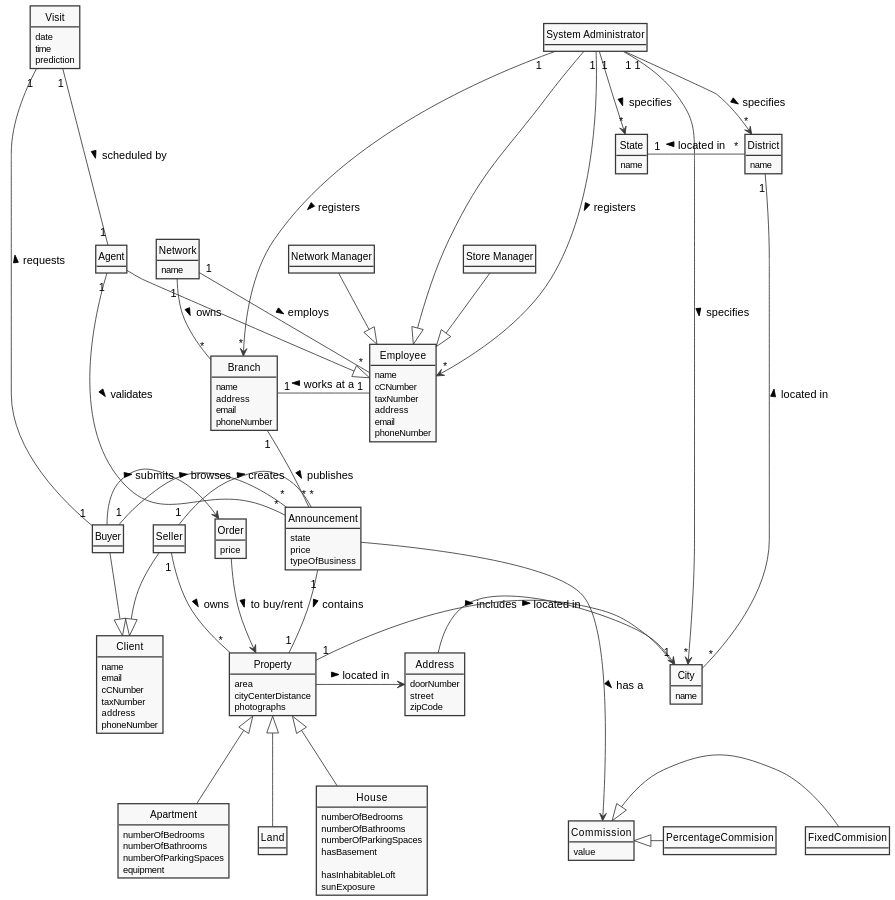
tiagohcorreia/LAPR2 keeps this PlantUML diagram as docs/sprintC/global-artifacts/02.analysis/svg/project-domain-model.svg. Above is the earlier version.
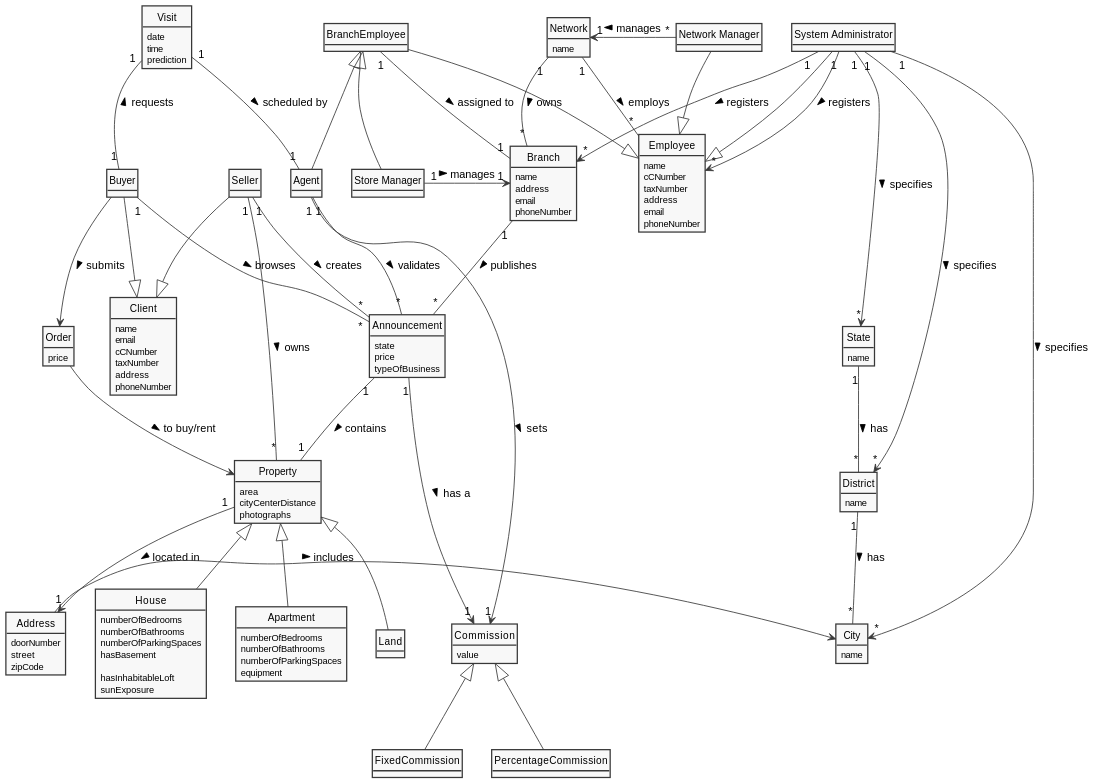
After the commit.

Commit message:
Global artifacts - Updated the Domain Model for readability

Change to the diagram source:
```diff
@@ -5,7 +5,6 @@
 skinparam shadowing false
 
 skinparam classAttributeIconSize 0
-skinparam groupInheritance 1
 hide circle
 hide methods
 
@@ -14,54 +13,6 @@
 street
 zipCode
 }
-
-Address -> City: includes >
-
-Network "1" -- "*" Branch: owns >
-Branch "1" -- "*" Announcement: publishes >
-Announcement "1" -- "1" Property: contains >
-
-Network "1" -- "*" Employee: employs >
-
-
-Property <|-- House
-Property <|-- Apartment
-Property <|-- Land
-
-
-"System Administrator" --|> Employee
-"Network Manager" --|> Employee
-"Store Manager" --|> Employee
-Agent --|> Employee
-
-Employee "1" - "1" Branch: works at a >
-
-"System Administrator" "1" ----> "*" Employee: registers >
-"System Administrator" "1" ---> "*" Branch: registers >
-
-
-"System Administrator" "1" --> "*" State: specifies >
-"System Administrator" "1" -> "*" District: specifies >
-"System Administrator" "1" -> "*" City: specifies >
-
-together {
-Buyer --|> Client
-Seller --|> Client
-}
-
-Seller "1" - "*" Property: owns >
-Seller "1" - "*" Announcement: creates >
-Agent "1" - "*" Announcement: validates >
-Visit "1" - "1" Buyer: requests <
-Buyer "1" - "*" Announcement: browses >
-Visit "1" --- "1" Agent: scheduled by >
-
-together {
-Property "1" - "1" City: located in >
-District "1" - "*" City: located in <
-State "1" - "*" District: located in <
-}
-
 
 class Network{
 name
@@ -83,13 +34,15 @@
 phoneNumber
 }
 
+class BranchEmployee
+
 together {
-class "System Administrator"
+class "System Administrator" as SysAdmin
+class "Network Manager" as NetworkMan
+}
 
-class "Network Manager"
-
-class "Store Manager"
-
+together {
+class "Store Manager" as StoreMan
 class Agent
 }
 
@@ -101,7 +54,9 @@
 address
 phoneNumber
 }
+
 class Buyer
+
 class Seller
 
 class Visit{
@@ -124,21 +79,11 @@
 typeOfBusiness
 }
 
-Announcement ---> Commission: has a >
-
-Commission <|- FixedCommision
-Commission <|- PercentageCommision
-
-Buyer -> Order: submits >
-Order -> Property: to buy/rent >
-
 class Property{
 area
 cityCenterDistance
 photographs
 }
-
-Property -> Address: located in >
 
 class House{
 numberOfBedrooms
@@ -160,15 +105,77 @@
 class Land{
 }
 
-class State{
-name
+together {
+    class State{
+    name
+    }
+    class District{
+    name
+    }
+    class City{
+    name
+    }
 }
-class District{
-name
-}
-class City{
-name
-}
+
+Network "1" -- "*" Branch: owns >
+Branch "1" -- "*" Announcement: publishes >
+Announcement "1" -- "1" Property: contains >
+
+Network "1" -- "*" Employee: employs >
+
+Property <|-- House
+Property <|-- Apartment
+Property <|-- Land
+
+BranchEmployee --|> Employee
+
+
+Employee <|-- SysAdmin
+Employee <|-- NetworkMan
+BranchEmployee <|- StoreMan
+BranchEmployee <|- Agent
+
+
+BranchEmployee "1" - "1" Branch: assigned to >
+
+SysAdmin "1" --> "*" Employee: registers >
+SysAdmin "1" --> "*" Branch: registers >
+
+SysAdmin "1" ---> "*" State: specifies >
+SysAdmin "1" ---> "*" District: specifies >
+SysAdmin "1" ---> "*" City: specifies >
+
+NetworkMan "*" -> "1" Network: manages >
+
+StoreMan "1" -> "1" Branch: manages >
+
+Buyer --|> Client
+Seller --|> Client
+
+Seller "1" - "*" Property: owns >
+Seller "1" -- "*" Announcement: creates >
+Agent "1" - "*" Announcement: validates >
+Visit "1" - "1" Buyer: requests <
+Buyer "1" - "*" Announcement: browses >
+Visit "1" -- "1" Agent: scheduled by >
+
+Agent "1" -> "1" Commission: sets >
+
+
+District "1" -- "*" City: has >
+State "1" -- "*" District: has >
+
+
+Announcement "1" ---> "1" Commission: has a >
+
+Commission <|-- FixedCommission
+Commission <|-- PercentageCommission
+
+Buyer --> Order: submits >
+Order --> Property: to buy/rent >
+Property "1" --> "1" Address: located in >
+
+Address -> City: includes >
 
 
 @enduml
```
